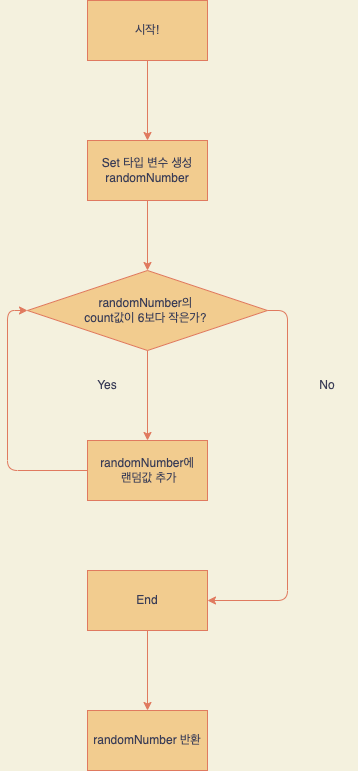
Above: Lotto.png in yagom-academy/swift-starter-Round2 (draw.io), before the change. Source tidied: cells renumbered, new cells last; positions are measured from the earlier drawing's top-left corner, leaving out a move shared by most shapes. Its diagram source:
```xml
<mxGraphModel background="#F4F1DE">
  <root>
    <mxCell id="0" />
    <mxCell id="1" parent="0" />
    <mxCell id="2" style="edgeStyle=orthogonalEdgeStyle;curved=0;rounded=1;sketch=0;jettySize=auto;html=1;fontColor=#393C56;strokeColor=#E07A5F;fillColor=#F2CC8F;" parent="1" edge="1" source="3" target="5">
      <mxGeometry relative="1" as="geometry" />
    </mxCell>
    <mxCell id="3" value="시작!" style="rounded=0;whiteSpace=wrap;html=1;sketch=0;fontColor=#393C56;strokeColor=#E07A5F;fillColor=#F2CC8F;" parent="1" vertex="1">
      <mxGeometry x="80" width="120" height="60" as="geometry" />
    </mxCell>
    <mxCell id="4" style="edgeStyle=orthogonalEdgeStyle;curved=0;rounded=1;sketch=0;jettySize=auto;html=1;fontColor=#393C56;strokeColor=#E07A5F;fillColor=#F2CC8F;" parent="1" edge="1" source="5" target="8">
      <mxGeometry relative="1" as="geometry" />
    </mxCell>
    <mxCell id="5" value="Set 타입 변수 생성&lt;br&gt;randomNumber" style="rounded=0;whiteSpace=wrap;html=1;sketch=0;fontColor=#393C56;strokeColor=#E07A5F;fillColor=#F2CC8F;" parent="1" vertex="1">
      <mxGeometry x="80" y="140" width="120" height="60" as="geometry" />
    </mxCell>
    <mxCell id="6" style="edgeStyle=orthogonalEdgeStyle;curved=0;rounded=1;sketch=0;jettySize=auto;html=1;fontColor=#393C56;strokeColor=#E07A5F;fillColor=#F2CC8F;" parent="1" edge="1" source="8" target="10">
      <mxGeometry relative="1" as="geometry" />
    </mxCell>
    <mxCell id="7" style="edgeStyle=orthogonalEdgeStyle;curved=0;rounded=1;sketch=0;jettySize=auto;html=1;fontColor=#393C56;strokeColor=#E07A5F;fillColor=#F2CC8F;" parent="1" edge="1" source="8" target="13">
      <mxGeometry relative="1" as="geometry">
        <Array as="points">
          <mxPoint x="280" y="310" />
          <mxPoint x="280" y="600" />
        </Array>
      </mxGeometry>
    </mxCell>
    <mxCell id="8" value="randomNumber의 &lt;br&gt;count값이 6보다 작은가?&amp;nbsp;" style="rhombus;whiteSpace=wrap;html=1;fillColor=#F2CC8F;strokeColor=#E07A5F;fontColor=#393C56;rounded=0;sketch=0;" parent="1" vertex="1">
      <mxGeometry x="20" y="270" width="240" height="80" as="geometry" />
    </mxCell>
    <mxCell id="9" style="edgeStyle=orthogonalEdgeStyle;curved=0;rounded=1;sketch=0;jettySize=auto;html=1;entryX=0;entryY=0.5;entryDx=0;entryDy=0;fontColor=#393C56;strokeColor=#E07A5F;fillColor=#F2CC8F;" parent="1" edge="1" source="10" target="8">
      <mxGeometry relative="1" as="geometry">
        <Array as="points">
          <mxPoint y="470" />
          <mxPoint y="310" />
        </Array>
      </mxGeometry>
    </mxCell>
    <mxCell id="10" value="randomNumber에&lt;br&gt;&amp;nbsp;랜덤값 추가" style="whiteSpace=wrap;html=1;fillColor=#F2CC8F;strokeColor=#E07A5F;fontColor=#393C56;rounded=0;sketch=0;" parent="1" vertex="1">
      <mxGeometry x="80" y="440" width="120" height="60" as="geometry" />
    </mxCell>
    <mxCell id="11" value="No" style="text;html=1;strokeColor=none;fillColor=none;align=center;verticalAlign=middle;whiteSpace=wrap;rounded=0;sketch=0;fontColor=#393C56;" parent="1" vertex="1">
      <mxGeometry x="290" y="370" width="60" height="30" as="geometry" />
    </mxCell>
    <mxCell id="12" style="edgeStyle=orthogonalEdgeStyle;curved=0;rounded=1;sketch=0;jettySize=auto;html=1;entryX=0.5;entryY=0;entryDx=0;entryDy=0;fontColor=#393C56;strokeColor=#E07A5F;fillColor=#F2CC8F;" parent="1" edge="1" source="13" target="15">
      <mxGeometry relative="1" as="geometry" />
    </mxCell>
    <mxCell id="13" value="End" style="whiteSpace=wrap;html=1;fillColor=#F2CC8F;strokeColor=#E07A5F;fontColor=#393C56;rounded=0;sketch=0;" parent="1" vertex="1">
      <mxGeometry x="80" y="570" width="120" height="60" as="geometry" />
    </mxCell>
    <mxCell id="14" value="Yes" style="text;html=1;strokeColor=none;fillColor=none;align=center;verticalAlign=middle;whiteSpace=wrap;rounded=0;sketch=0;fontColor=#393C56;" parent="1" vertex="1">
      <mxGeometry x="70" y="370" width="60" height="30" as="geometry" />
    </mxCell>
    <mxCell id="15" value="randomNumber&amp;nbsp;반환" style="whiteSpace=wrap;html=1;fillColor=#F2CC8F;strokeColor=#E07A5F;fontColor=#393C56;rounded=0;sketch=0;" parent="1" vertex="1">
      <mxGeometry x="80" y="710" width="120" height="60" as="geometry" />
    </mxCell>
  </root>
</mxGraphModel>
```
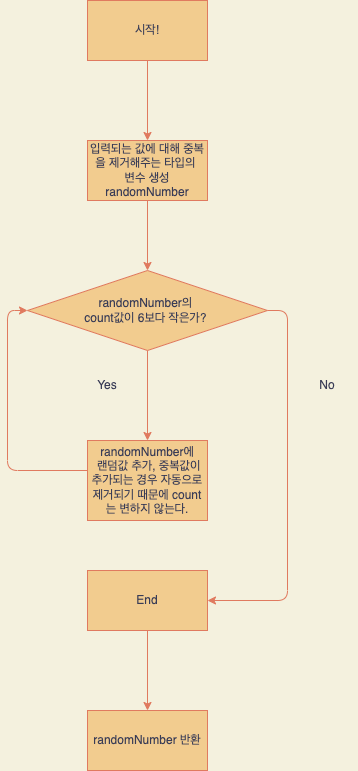
After the commit.

Commit message:
Step1 로또번호 생성 함수 순서도 수정

Change to the diagram source:
```diff
@@ -11,7 +11,7 @@
     <mxCell id="4" style="edgeStyle=orthogonalEdgeStyle;curved=0;rounded=1;sketch=0;jettySize=auto;html=1;fontColor=#393C56;strokeColor=#E07A5F;fillColor=#F2CC8F;" parent="1" edge="1" source="5" target="8">
       <mxGeometry relative="1" as="geometry" />
     </mxCell>
-    <mxCell id="5" value="Set 타입 변수 생성&lt;br&gt;randomNumber" style="rounded=0;whiteSpace=wrap;html=1;sketch=0;fontColor=#393C56;strokeColor=#E07A5F;fillColor=#F2CC8F;" parent="1" vertex="1">
+    <mxCell id="5" value="입력되는 값에 대해 중복을 제거해주는 타입의 &lt;br&gt;변수 생성&lt;br&gt;randomNumber" style="rounded=0;whiteSpace=wrap;html=1;sketch=0;fontColor=#393C56;strokeColor=#E07A5F;fillColor=#F2CC8F;" parent="1" vertex="1">
       <mxGeometry x="80" y="140" width="120" height="60" as="geometry" />
     </mxCell>
     <mxCell id="6" style="edgeStyle=orthogonalEdgeStyle;curved=0;rounded=1;sketch=0;jettySize=auto;html=1;fontColor=#393C56;strokeColor=#E07A5F;fillColor=#F2CC8F;" parent="1" edge="1" source="8" target="10">
@@ -36,8 +36,8 @@
         </Array>
       </mxGeometry>
     </mxCell>
-    <mxCell id="10" value="randomNumber에&lt;br&gt;&amp;nbsp;랜덤값 추가" style="whiteSpace=wrap;html=1;fillColor=#F2CC8F;strokeColor=#E07A5F;fontColor=#393C56;rounded=0;sketch=0;" parent="1" vertex="1">
-      <mxGeometry x="80" y="440" width="120" height="60" as="geometry" />
+    <mxCell id="10" value="randomNumber에&lt;br&gt;&amp;nbsp;랜덤값 추가, 중복값이 추가되는 경우 자동으로 제거되기 때문에 count는 변하지 않는다.&lt;br&gt;" style="whiteSpace=wrap;html=1;fillColor=#F2CC8F;strokeColor=#E07A5F;fontColor=#393C56;rounded=0;sketch=0;" parent="1" vertex="1">
+      <mxGeometry x="80" y="440" width="120" height="80" as="geometry" />
     </mxCell>
     <mxCell id="11" value="No" style="text;html=1;strokeColor=none;fillColor=none;align=center;verticalAlign=middle;whiteSpace=wrap;rounded=0;sketch=0;fontColor=#393C56;" parent="1" vertex="1">
       <mxGeometry x="290" y="370" width="60" height="30" as="geometry" />
```
